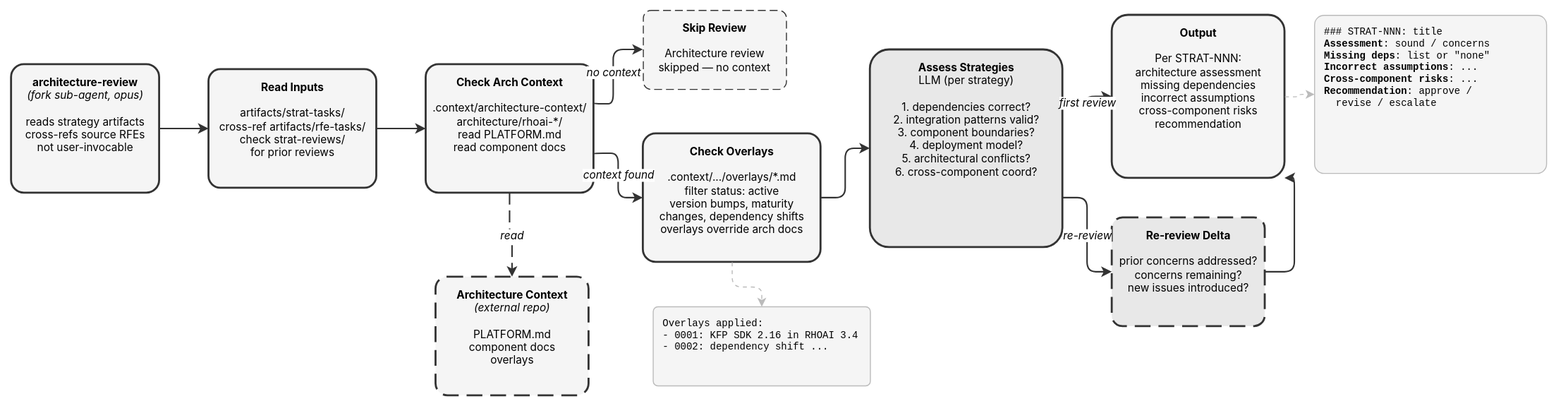
Earlier version of the draw.io export site/docs/plugins/rfe-creator/architecture-review.svg (fege/skills-registry). Source tidied: cells renumbered, new cells last; positions are measured from the earlier drawing's top-left corner, leaving out a move shared by most shapes.
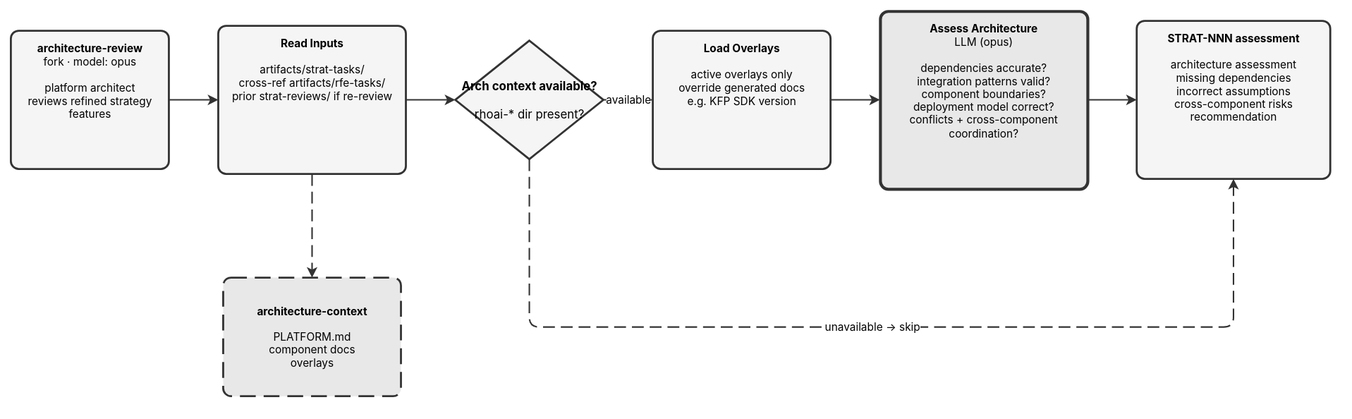
After the change.

What changed in the source:
```diff
@@ -2,106 +2,52 @@
   <root>
     <mxCell id="0" />
     <mxCell id="1" parent="0" />
-    <mxCell id="2" value="&lt;b&gt;architecture-review&lt;/b&gt;&lt;br&gt;&lt;i&gt;(fork sub-agent, opus)&lt;/i&gt;&lt;br&gt;&lt;br&gt;reads strategy artifacts&lt;br&gt;cross-refs source RFEs&lt;br&gt;not user-invocable" style="rounded=1;whiteSpace=wrap;html=1;fillColor=#f5f5f5;strokeColor=#333333;strokeWidth=2;arcSize=10;verticalAlign=top;spacingTop=5;fontSize=11;fontFamily=Inter,Helvetica,Arial,sans-serif;" parent="1" vertex="1">
-      <mxGeometry y="55" width="150" height="130" as="geometry" />
+    <mxCell id="2" value="&lt;b&gt;architecture-review&lt;/b&gt;&lt;br&gt;fork &amp;middot; model: opus&lt;br&gt;&lt;br&gt;platform architect&lt;br&gt;reviews refined strategy features" style="rounded=1;whiteSpace=wrap;html=1;fillColor=#f5f5f5;strokeColor=#333333;strokeWidth=2;verticalAlign=top;spacingTop=5;fontSize=11;fontFamily=Inter,Helvetica,Arial,sans-serif;arcSize=16;absoluteArcSize=1;" parent="1" vertex="1">
+      <mxGeometry y="-50" width="160" height="140" as="geometry" />
     </mxCell>
-    <mxCell id="3" value="&lt;b&gt;Read Inputs&lt;/b&gt;&lt;br&gt;&lt;br&gt;artifacts/strat-tasks/&lt;br&gt;cross-ref artifacts/rfe-tasks/&lt;br&gt;check strat-reviews/&lt;br&gt;for prior reviews" style="rounded=1;whiteSpace=wrap;html=1;fillColor=#f5f5f5;strokeColor=#333333;strokeWidth=2;arcSize=10;verticalAlign=top;spacingTop=5;fontSize=11;fontFamily=Inter,Helvetica,Arial,sans-serif;" parent="1" vertex="1">
-      <mxGeometry x="200" y="60" width="170" height="120" as="geometry" />
+    <mxCell id="3" value="&lt;b&gt;Read Inputs&lt;/b&gt;&lt;br&gt;&lt;br&gt;artifacts/strat-tasks/&lt;br&gt;cross-ref artifacts/rfe-tasks/&lt;br&gt;prior strat-reviews/ if re-review" style="rounded=1;whiteSpace=wrap;html=1;fillColor=#f5f5f5;strokeColor=#333333;strokeWidth=2;verticalAlign=top;spacingTop=5;fontSize=11;fontFamily=Inter,Helvetica,Arial,sans-serif;arcSize=16;absoluteArcSize=1;" parent="1" vertex="1">
+      <mxGeometry x="210" y="-55" width="190" height="150" as="geometry" />
     </mxCell>
-    <mxCell id="4" value="&lt;b&gt;Check Arch Context&lt;/b&gt;&lt;br&gt;&lt;br&gt;.context/architecture-context/&lt;br&gt;architecture/rhoai-*/&lt;br&gt;read PLATFORM.md&lt;br&gt;read component docs" style="rounded=1;whiteSpace=wrap;html=1;fillColor=#f5f5f5;strokeColor=#333333;strokeWidth=2;arcSize=10;verticalAlign=top;spacingTop=5;fontSize=11;fontFamily=Inter,Helvetica,Arial,sans-serif;" parent="1" vertex="1">
-      <mxGeometry x="420" y="55" width="170" height="130" as="geometry" />
-    </mxCell>
-    <mxCell id="5" value="&lt;b&gt;Skip Review&lt;/b&gt;&lt;br&gt;&lt;br&gt;Architecture review&lt;br&gt;skipped &amp;mdash; no context" style="rounded=1;whiteSpace=wrap;html=1;fillColor=#f5f5f5;strokeColor=#333333;strokeWidth=1;arcSize=10;dashed=1;dashPattern=8 4;verticalAlign=top;spacingTop=5;fontSize=11;fontFamily=Inter,Helvetica,Arial,sans-serif;" parent="1" vertex="1">
-      <mxGeometry x="640" width="145" height="80" as="geometry" />
-    </mxCell>
-    <mxCell id="6" value="&lt;b&gt;Check Overlays&lt;/b&gt;&lt;br&gt;&lt;br&gt;.context/.../overlays/*.md&lt;br&gt;filter status: active&lt;br&gt;version bumps, maturity&lt;br&gt;changes, dependency shifts&lt;br&gt;overlays override arch docs" style="rounded=1;whiteSpace=wrap;html=1;fillColor=#f5f5f5;strokeColor=#333333;strokeWidth=2;arcSize=10;verticalAlign=top;spacingTop=5;fontSize=11;fontFamily=Inter,Helvetica,Arial,sans-serif;" parent="1" vertex="1">
-      <mxGeometry x="640" y="125" width="180" height="130" as="geometry" />
-    </mxCell>
+    <mxCell id="24" value="&lt;b&gt;Arch context available?&lt;/b&gt;&lt;br&gt;&lt;br&gt;rhoai-* dir present?" style="rhombus;whiteSpace=wrap;html=1;fillColor=#f5f5f5;strokeColor=#333333;strokeWidth=2;fontSize=12;fontFamily=Inter,Helvetica,Arial,sans-serif;" parent="1" vertex="1">
+      <mxGeometry x="450" y="-40" width="150" height="120" as="geometry" />
+    </mxCell>
+    <mxCell id="25" value="&lt;b&gt;Load Overlays&lt;/b&gt;&lt;br&gt;&lt;br&gt;active overlays only&lt;br&gt;override generated docs&lt;br&gt;e.g. KFP SDK version" style="rounded=1;whiteSpace=wrap;html=1;fillColor=#f5f5f5;strokeColor=#333333;strokeWidth=2;verticalAlign=top;spacingTop=5;fontSize=11;fontFamily=Inter,Helvetica,Arial,sans-serif;arcSize=16;absoluteArcSize=1;" parent="1" vertex="1">
+      <mxGeometry x="650" y="-50" width="180" height="140" as="geometry" />
+    </mxCell>
-    <mxCell id="7" value="&lt;b&gt;Assess Strategies&lt;/b&gt;&lt;br&gt;LLM (per strategy)&lt;br&gt;&lt;br&gt;1. dependencies correct?&lt;br&gt;2. integration patterns valid?&lt;br&gt;3. component boundaries?&lt;br&gt;4. deployment model?&lt;br&gt;5. architectural conflicts?&lt;br&gt;6. cross-component coord?" style="rounded=1;whiteSpace=wrap;html=1;fillColor=#e8e8e8;strokeColor=#333333;strokeWidth=2;arcSize=10;verticalAlign=top;spacingTop=5;fontSize=11;fontFamily=Inter,Helvetica,Arial,sans-serif;" parent="1" vertex="1">
-      <mxGeometry x="870" y="40" width="195" height="200" as="geometry" />
+    <mxCell id="7" value="&lt;b&gt;Assess Architecture&lt;/b&gt;&lt;br&gt;LLM (opus)&lt;br&gt;&lt;br&gt;dependencies accurate?&lt;br&gt;integration patterns valid?&lt;br&gt;component boundaries?&lt;br&gt;deployment model correct?&lt;br&gt;conflicts + cross-component coordination?" style="rounded=1;whiteSpace=wrap;html=1;fillColor=#e8e8e8;strokeColor=#333333;strokeWidth=3;verticalAlign=top;spacingTop=5;fontSize=11;fontFamily=Inter,Helvetica,Arial,sans-serif;double=1;arcSize=16;absoluteArcSize=1;" parent="1" vertex="1">
+      <mxGeometry x="880" y="-70" width="210" height="180" as="geometry" />
     </mxCell>
-    <mxCell id="8" value="&lt;b&gt;Re-review Delta&lt;/b&gt;&lt;br&gt;&lt;br&gt;prior concerns addressed?&lt;br&gt;concerns remaining?&lt;br&gt;new issues introduced?" style="rounded=1;whiteSpace=wrap;html=1;fillColor=#e8e8e8;strokeColor=#333333;strokeWidth=2;arcSize=10;dashed=1;dashPattern=8 4;verticalAlign=top;spacingTop=5;fontSize=11;fontFamily=Inter,Helvetica,Arial,sans-serif;" parent="1" vertex="1">
-      <mxGeometry x="1115" y="210" width="155" height="110" as="geometry" />
-    </mxCell>
-    <mxCell id="9" value="&lt;b&gt;Output&lt;/b&gt;&lt;br&gt;&lt;br&gt;Per STRAT-NNN:&lt;br&gt;architecture assessment&lt;br&gt;missing dependencies&lt;br&gt;incorrect assumptions&lt;br&gt;cross-component risks&lt;br&gt;recommendation" style="rounded=1;whiteSpace=wrap;html=1;fillColor=#f5f5f5;strokeColor=#333333;strokeWidth=2;arcSize=10;verticalAlign=top;spacingTop=5;fontSize=11;fontFamily=Inter,Helvetica,Arial,sans-serif;" parent="1" vertex="1">
-      <mxGeometry x="1115" y="5" width="175" height="165" as="geometry" />
-    </mxCell>
-    <mxCell id="10" value="&lt;b&gt;Architecture Context&lt;/b&gt;&lt;br&gt;&lt;i&gt;(external repo)&lt;/i&gt;&lt;br&gt;&lt;br&gt;PLATFORM.md&lt;br&gt;component docs&lt;br&gt;overlays" style="rounded=1;whiteSpace=wrap;html=1;fillColor=#f5f5f5;strokeColor=#333333;strokeWidth=2;arcSize=10;dashed=1;dashPattern=8 4;verticalAlign=top;spacingTop=5;fontSize=11;fontFamily=Inter,Helvetica,Arial,sans-serif;" parent="1" vertex="1">
-      <mxGeometry x="430" y="270" width="155" height="120" as="geometry" />
-    </mxCell>
-    <mxCell id="11" value="### STRAT-NNN: title&lt;br&gt;&lt;b&gt;Assessment&lt;/b&gt;: sound / concerns&lt;br&gt;&lt;b&gt;Missing deps&lt;/b&gt;: list or &quot;none&quot;&lt;br&gt;&lt;b&gt;Incorrect assumptions&lt;/b&gt;: ...&lt;br&gt;&lt;b&gt;Cross-component risks&lt;/b&gt;: ...&lt;br&gt;&lt;b&gt;Recommendation&lt;/b&gt;: approve /&lt;br&gt;&amp;nbsp;&amp;nbsp;revise / escalate" style="rounded=1;whiteSpace=wrap;html=1;fillColor=#f5f5f5;strokeColor=#bbbbbb;strokeWidth=1;arcSize=6;verticalAlign=top;spacingTop=5;align=left;spacingLeft=8;fontSize=10;fontFamily=JetBrains Mono,Courier New,monospace;" parent="1" vertex="1">
-      <mxGeometry x="1320" y="5" width="235" height="160" as="geometry" />
-    </mxCell>
-    <mxCell id="12" value="Overlays applied:&lt;br&gt;- 0001: KFP SDK 2.16 in RHOAI 3.4&lt;br&gt;- 0002: dependency shift ..." style="rounded=1;whiteSpace=wrap;html=1;fillColor=#f5f5f5;strokeColor=#bbbbbb;strokeWidth=1;arcSize=6;verticalAlign=top;spacingTop=5;align=left;spacingLeft=8;fontSize=10;fontFamily=JetBrains Mono,Courier New,monospace;" parent="1" vertex="1">
-      <mxGeometry x="650" y="300" width="220" height="80" as="geometry" />
-    </mxCell>
+    <mxCell id="26" value="&lt;b&gt;STRAT-NNN assessment&lt;/b&gt;&lt;br&gt;&lt;br&gt;architecture assessment&lt;br&gt;missing dependencies&lt;br&gt;incorrect assumptions&lt;br&gt;cross-component risks&lt;br&gt;recommendation" style="rounded=1;whiteSpace=wrap;html=1;fillColor=#f5f5f5;strokeColor=#333333;strokeWidth=2;verticalAlign=top;spacingTop=5;fontSize=11;fontFamily=Inter,Helvetica,Arial,sans-serif;arcSize=16;absoluteArcSize=1;" parent="1" vertex="1">
+      <mxGeometry x="1140" y="-60" width="196" height="160" as="geometry" />
+    </mxCell>
+    <mxCell id="27" value="&lt;b&gt;architecture-context&lt;/b&gt;&lt;br&gt;&lt;br&gt;PLATFORM.md&lt;br&gt;component docs&lt;br&gt;overlays" style="rounded=1;whiteSpace=wrap;html=1;fillColor=#e8e8e8;strokeColor=#333333;strokeWidth=2;dashed=1;dashPattern=8 4;verticalAlign=middle;fontSize=11;fontFamily=Inter,Helvetica,Arial,sans-serif;arcSize=16;absoluteArcSize=1;" parent="1" vertex="1">
+      <mxGeometry x="215" y="200" width="180" height="120" as="geometry" />
+    </mxCell>
-    <mxCell id="13" style="edgeStyle=orthogonalEdgeStyle;rounded=1;strokeColor=#333333;strokeWidth=1.5;html=1;fontFamily=Inter,Helvetica,Arial,sans-serif;exitX=1;exitY=0.5;exitDx=0;exitDy=0;entryX=0;entryY=0.5;entryDx=0;entryDy=0;" parent="1" edge="1" source="2" target="3">
+    <mxCell id="13" style="edgeStyle=orthogonalEdgeStyle;rounded=1;strokeColor=#333333;strokeWidth=1.5;html=1;fontFamily=Inter,Helvetica,Arial,sans-serif;exitX=1.0;exitY=0.5;exitDx=0;exitDy=0;entryX=0.0;entryY=0.5;entryDx=0;entryDy=0;" parent="1" edge="1" source="2" target="3">
       <mxGeometry relative="1" as="geometry" />
     </mxCell>
-    <mxCell id="14" style="edgeStyle=orthogonalEdgeStyle;rounded=1;strokeColor=#333333;strokeWidth=1.5;html=1;fontFamily=Inter,Helvetica,Arial,sans-serif;exitX=1;exitY=0.5;exitDx=0;exitDy=0;entryX=0;entryY=0.5;entryDx=0;entryDy=0;" parent="1" edge="1" source="3" target="4">
-      <mxGeometry relative="1" as="geometry" />
-    </mxCell>
-    <mxCell id="15" value="no context" style="edgeStyle=orthogonalEdgeStyle;rounded=1;strokeColor=#333333;strokeWidth=1.5;html=1;fontStyle=2;fontSize=11;fontFamily=Inter,Helvetica,Arial,sans-serif;exitX=1;exitY=0.3;exitDx=0;exitDy=0;entryX=0;entryY=0.5;entryDx=0;entryDy=0;" parent="1" edge="1" source="4" target="5">
-      <mxGeometry relative="1" as="geometry">
-        <Array as="points">
-          <mxPoint x="610" y="95" />
-          <mxPoint x="610" y="40" />
-        </Array>
-      </mxGeometry>
-    </mxCell>
-    <mxCell id="16" value="context found" style="edgeStyle=orthogonalEdgeStyle;rounded=1;strokeColor=#333333;strokeWidth=1.5;html=1;fontStyle=2;fontSize=11;fontFamily=Inter,Helvetica,Arial,sans-serif;exitX=1;exitY=0.7;exitDx=0;exitDy=0;entryX=0;entryY=0.5;entryDx=0;entryDy=0;" parent="1" edge="1" source="4" target="6">
-      <mxGeometry relative="1" as="geometry">
-        <Array as="points">
-          <mxPoint x="615" y="145" />
-          <mxPoint x="615" y="190" />
-        </Array>
-      </mxGeometry>
-    </mxCell>
-    <mxCell id="17" value="read" style="edgeStyle=orthogonalEdgeStyle;rounded=1;strokeColor=#333333;strokeWidth=1.5;dashed=1;dashPattern=8 4;html=1;fontStyle=2;fontSize=11;fontFamily=Inter,Helvetica,Arial,sans-serif;exitX=0.5;exitY=1;exitDx=0;exitDy=0;entryX=0.5;entryY=0;entryDx=0;entryDy=0;" parent="1" edge="1" source="4" target="10">
-      <mxGeometry relative="1" as="geometry" />
-    </mxCell>
-    <mxCell id="18" style="edgeStyle=orthogonalEdgeStyle;rounded=1;strokeColor=#333333;strokeWidth=1.5;html=1;fontFamily=Inter,Helvetica,Arial,sans-serif;exitX=1;exitY=0.5;exitDx=0;exitDy=0;entryX=0;entryY=0.5;entryDx=0;entryDy=0;" parent="1" edge="1" source="6" target="7">
-      <mxGeometry relative="1" as="geometry">
-        <Array as="points">
-          <mxPoint x="845" y="190" />
-          <mxPoint x="845" y="140" />
-        </Array>
-      </mxGeometry>
-    </mxCell>
-    <mxCell id="19" value="first review" style="edgeStyle=orthogonalEdgeStyle;rounded=1;strokeColor=#333333;strokeWidth=1.5;html=1;fontStyle=2;fontSize=11;fontFamily=Inter,Helvetica,Arial,sans-serif;exitX=1;exitY=0.3;exitDx=0;exitDy=0;entryX=0;entryY=0.5;entryDx=0;entryDy=0;" parent="1" edge="1" source="7" target="9">
-      <mxGeometry relative="1" as="geometry">
-        <Array as="points">
-          <mxPoint x="1090" y="100" />
-          <mxPoint x="1090" y="87" />
-        </Array>
-      </mxGeometry>
-    </mxCell>
-    <mxCell id="20" value="re-review" style="edgeStyle=orthogonalEdgeStyle;rounded=1;strokeColor=#333333;strokeWidth=1.5;html=1;fontStyle=2;fontSize=11;fontFamily=Inter,Helvetica,Arial,sans-serif;exitX=1;exitY=0.75;exitDx=0;exitDy=0;entryX=0;entryY=0.5;entryDx=0;entryDy=0;" parent="1" edge="1" source="7" target="8">
-      <mxGeometry relative="1" as="geometry">
-        <Array as="points">
-          <mxPoint x="1090" y="190" />
-          <mxPoint x="1090" y="265" />
-        </Array>
-      </mxGeometry>
-    </mxCell>
-    <mxCell id="21" style="edgeStyle=orthogonalEdgeStyle;rounded=1;strokeColor=#333333;strokeWidth=1.5;html=1;fontFamily=Inter,Helvetica,Arial,sans-serif;exitX=1;exitY=0.5;exitDx=0;exitDy=0;entryX=1;entryY=1;entryDx=0;entryDy=0;" parent="1" edge="1" source="8" target="9">
-      <mxGeometry relative="1" as="geometry">
-        <Array as="points">
-          <mxPoint x="1300" y="265" />
-          <mxPoint x="1300" y="170" />
-        </Array>
-      </mxGeometry>
-    </mxCell>
-    <mxCell id="22" style="edgeStyle=orthogonalEdgeStyle;rounded=1;strokeColor=#bbbbbb;strokeWidth=1;dashed=1;dashPattern=4 4;html=1;fontFamily=Inter,Helvetica,Arial,sans-serif;exitX=1;exitY=0.5;exitDx=0;exitDy=0;entryX=0;entryY=0.5;entryDx=0;entryDy=0;" parent="1" edge="1" source="9" target="11">
-      <mxGeometry relative="1" as="geometry" />
-    </mxCell>
-    <mxCell id="23" style="edgeStyle=orthogonalEdgeStyle;rounded=1;strokeColor=#bbbbbb;strokeWidth=1;dashed=1;dashPattern=4 4;html=1;fontFamily=Inter,Helvetica,Arial,sans-serif;exitX=0.5;exitY=1;exitDx=0;exitDy=0;entryX=0.5;entryY=0;entryDx=0;entryDy=0;" parent="1" edge="1" source="6" target="12">
-      <mxGeometry relative="1" as="geometry">
-        <Array as="points">
-          <mxPoint x="730" y="280" />
-          <mxPoint x="760" y="280" />
-        </Array>
-      </mxGeometry>
-    </mxCell>
+    <mxCell id="28" style="edgeStyle=orthogonalEdgeStyle;rounded=1;strokeColor=#333333;strokeWidth=1.5;html=1;fontFamily=Inter,Helvetica,Arial,sans-serif;exitX=1.0;exitY=0.5;exitDx=0;exitDy=0;entryX=0.0;entryY=0.5;entryDx=0;entryDy=0;" parent="1" edge="1" source="3" target="24">
+      <mxGeometry relative="1" as="geometry" />
+    </mxCell>
+    <mxCell id="29" value="available" style="edgeStyle=orthogonalEdgeStyle;rounded=1;strokeColor=#333333;strokeWidth=1.5;html=1;fontFamily=Inter,Helvetica,Arial,sans-serif;exitX=1.0;exitY=0.5;exitDx=0;exitDy=0;entryX=0.0;entryY=0.5;entryDx=0;entryDy=0;" parent="1" edge="1" source="24" target="25">
+      <mxGeometry relative="1" as="geometry" />
+    </mxCell>
+    <mxCell id="30" style="edgeStyle=orthogonalEdgeStyle;rounded=1;strokeColor=#333333;strokeWidth=1.5;html=1;fontFamily=Inter,Helvetica,Arial,sans-serif;exitX=1.0;exitY=0.5;exitDx=0;exitDy=0;entryX=0.0;entryY=0.5;entryDx=0;entryDy=0;" parent="1" edge="1" source="25" target="7">
+      <mxGeometry relative="1" as="geometry" />
+    </mxCell>
+    <mxCell id="31" style="edgeStyle=orthogonalEdgeStyle;rounded=1;strokeColor=#333333;strokeWidth=1.5;html=1;fontFamily=Inter,Helvetica,Arial,sans-serif;exitX=1.0;exitY=0.5;exitDx=0;exitDy=0;entryX=0.0;entryY=0.5;entryDx=0;entryDy=0;" parent="1" edge="1" source="7" target="26">
+      <mxGeometry relative="1" as="geometry" />
+    </mxCell>
+    <mxCell id="32" value="unavailable &amp;rarr; skip" style="edgeStyle=orthogonalEdgeStyle;rounded=1;strokeColor=#333333;strokeWidth=1.5;html=1;fontFamily=Inter,Helvetica,Arial,sans-serif;dashed=1;dashPattern=8 4;exitX=0.5;exitY=1;exitDx=0;exitDy=0;entryX=0.5;entryY=1;entryDx=0;entryDy=0;" parent="1" edge="1" source="24" target="26">
+      <mxGeometry relative="1" as="geometry">
+        <Array as="points">
+          <mxPoint x="525" y="250" />
+          <mxPoint x="1238" y="250" />
+        </Array>
+      </mxGeometry>
+    </mxCell>
+    <mxCell id="33" style="edgeStyle=orthogonalEdgeStyle;rounded=1;strokeColor=#333333;strokeWidth=1.5;html=1;fontFamily=Inter,Helvetica,Arial,sans-serif;dashed=1;dashPattern=8 4;exitX=0.5;exitY=1;exitDx=0;exitDy=0;entryX=0.5;entryY=0;entryDx=0;entryDy=0;" parent="1" edge="1" source="3" target="27">
+      <mxGeometry relative="1" as="geometry" />
+    </mxCell>
   </root>
 </mxGraphModel>
```
